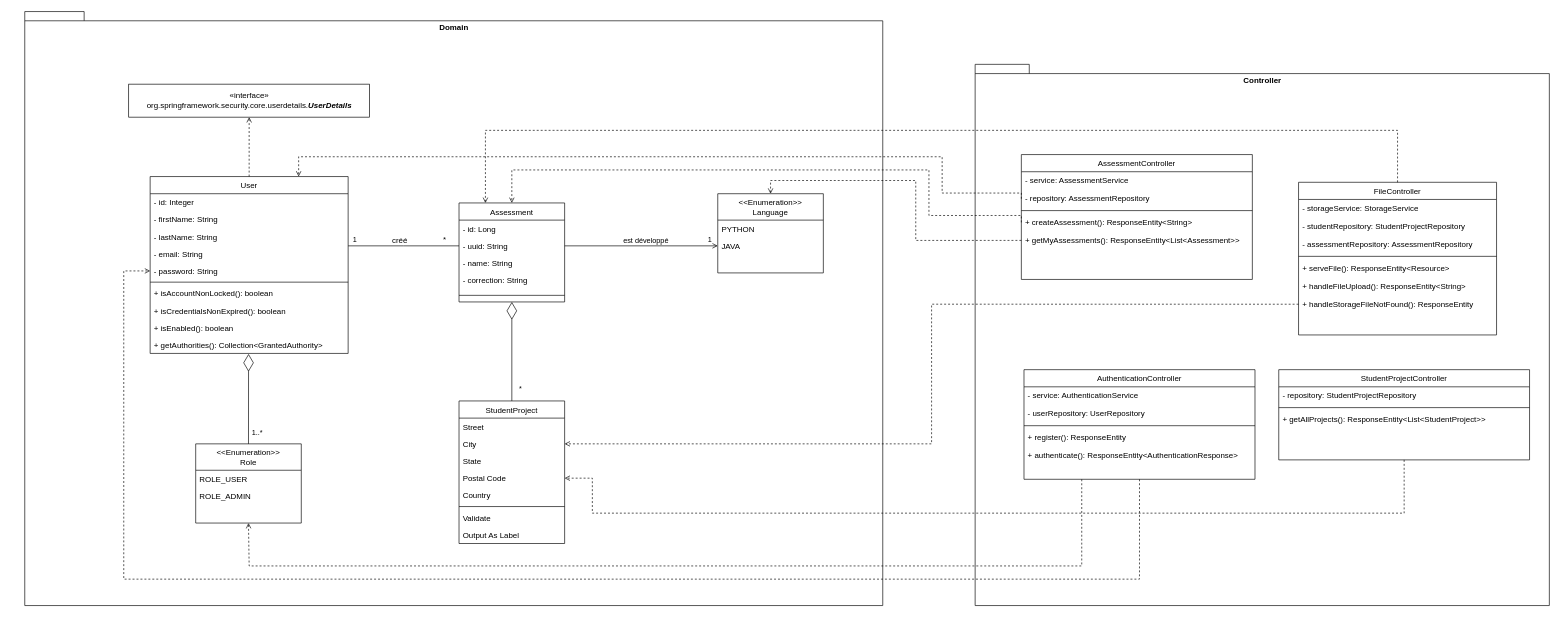
kasahiti/Kryptonite keeps this draw.io diagram as Diagrammes.drawio. Above is the earlier version. Source tidied: cells renumbered, new cells numbered last; positions are measured from the earlier drawing's top-left corner, leaving out a move shared by most shapes. Both pictures are drawn from the tidied source at 66%, with x=0, y=0 at pixel (11, 11).
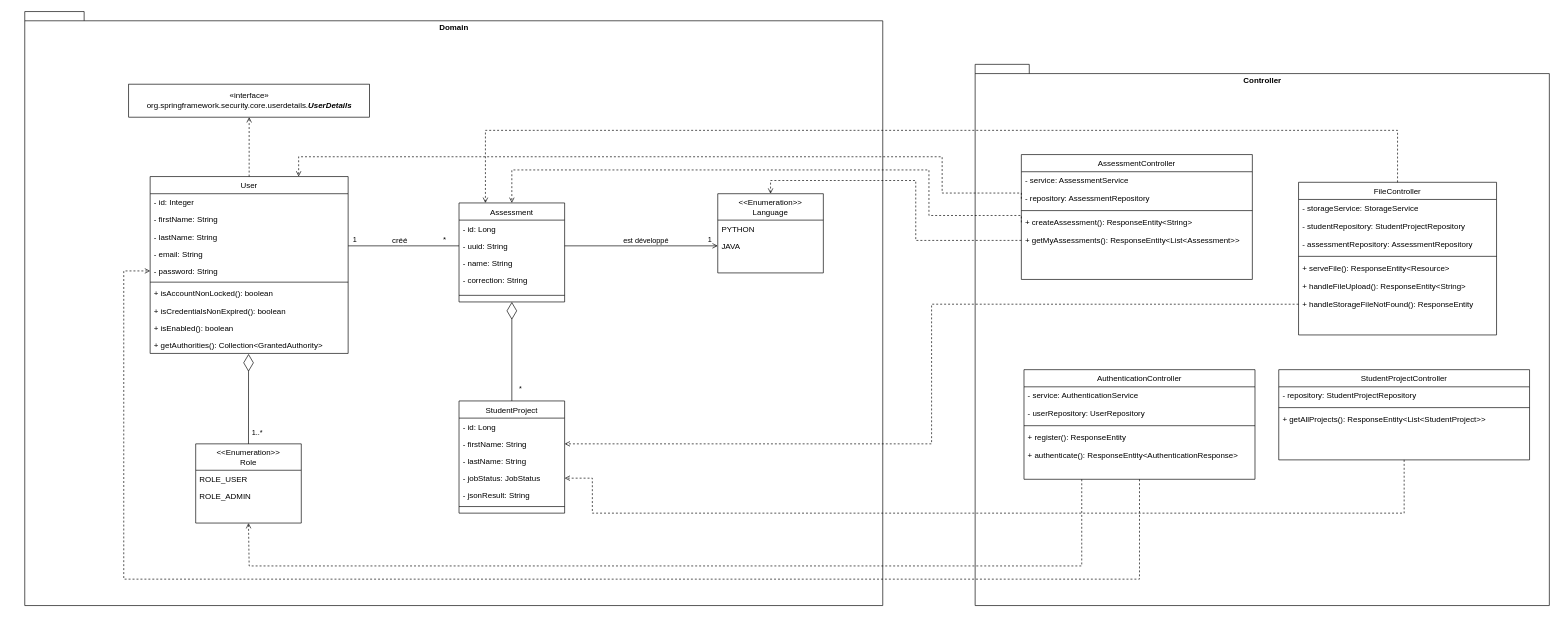
The same page after the edit.

Commit message (it also covers changes not shown here):
Diagram update + File management

The change refers to these unchanged cells:
```xml
<mxCell id="29" style="group;" parent="28" vertex="1">
  <mxGeometry x="20" y="-20" width="1300" height="900" as="geometry" />
</mxCell>
```

The edit, as a diff of the source:
```diff
@@
     <mxCell id="48" value="StudentProject" style="swimlane;fontStyle=0;align=center;verticalAlign=top;horizontal=1;startSize=26;rounded=0;shadow=0;strokeWidth=1;" parent="29" vertex="1">
-      <mxGeometry x="658" y="590" width="160" height="216" as="geometry" />
+      <mxGeometry x="658" y="590" width="160" height="170" as="geometry" />
     </mxCell>
-    <mxCell id="49" value="Street" style="text;align=left;verticalAlign=top;spacingLeft=4;spacingRight=4;overflow=hidden;" parent="48" vertex="1">
+    <mxCell id="49" value="- id: Long" style="text;align=left;verticalAlign=top;spacingLeft=4;spacingRight=4;overflow=hidden;" parent="48" vertex="1">
       <mxGeometry y="26" width="160" height="26" as="geometry" />
     </mxCell>
-    <mxCell id="50" value="City" style="text;align=left;verticalAlign=top;spacingLeft=4;spacingRight=4;overflow=hidden;points=[[0,0.5],[1,0.5]];portConstraint=eastwest;rounded=0;shadow=0;html=0;" parent="48" vertex="1">
+    <mxCell id="50" value="- firstName: String" style="text;align=left;verticalAlign=top;spacingLeft=4;spacingRight=4;overflow=hidden;points=[[0,0.5],[1,0.5]];portConstraint=eastwest;rounded=0;shadow=0;html=0;" parent="48" vertex="1">
       <mxGeometry y="52" width="160" height="26" as="geometry" />
     </mxCell>
-    <mxCell id="51" value="State" style="text;align=left;verticalAlign=top;spacingLeft=4;spacingRight=4;overflow=hidden;rounded=0;shadow=0;html=0;" parent="48" vertex="1">
+    <mxCell id="51" value="- lastName: String" style="text;align=left;verticalAlign=top;spacingLeft=4;spacingRight=4;overflow=hidden;rounded=0;shadow=0;html=0;" parent="48" vertex="1">
       <mxGeometry y="78" width="160" height="26" as="geometry" />
     </mxCell>
-    <mxCell id="52" value="Postal Code" style="text;align=left;verticalAlign=top;spacingLeft=4;spacingRight=4;overflow=hidden;points=[[0,0.5],[1,0.5]];portConstraint=eastwest;rounded=0;shadow=0;html=0;" parent="48" vertex="1">
+    <mxCell id="52" value="- jobStatus: JobStatus" style="text;align=left;verticalAlign=top;spacingLeft=4;spacingRight=4;overflow=hidden;points=[[0,0.5],[1,0.5]];portConstraint=eastwest;rounded=0;shadow=0;html=0;" parent="48" vertex="1">
       <mxGeometry y="104" width="160" height="26" as="geometry" />
     </mxCell>
-    <mxCell id="53" value="Country" style="text;align=left;verticalAlign=top;spacingLeft=4;spacingRight=4;overflow=hidden;rounded=0;shadow=0;html=0;" parent="48" vertex="1">
+    <mxCell id="53" value="- jsonResult: String" style="text;align=left;verticalAlign=top;spacingLeft=4;spacingRight=4;overflow=hidden;rounded=0;shadow=0;html=0;" parent="48" vertex="1">
       <mxGeometry y="130" width="160" height="26" as="geometry" />
     </mxCell>
@@
-    <mxCell id="55" value="Validate" style="text;align=left;verticalAlign=top;spacingLeft=4;spacingRight=4;overflow=hidden;" parent="48" vertex="1">
-      <mxGeometry y="164" width="160" height="26" as="geometry" />
-    </mxCell>
-    <mxCell id="56" value="Output As Label" style="text;align=left;verticalAlign=top;spacingLeft=4;spacingRight=4;overflow=hidden;" parent="48" vertex="1">
-      <mxGeometry y="190" width="160" height="26" as="geometry" />
-    </mxCell>
```
